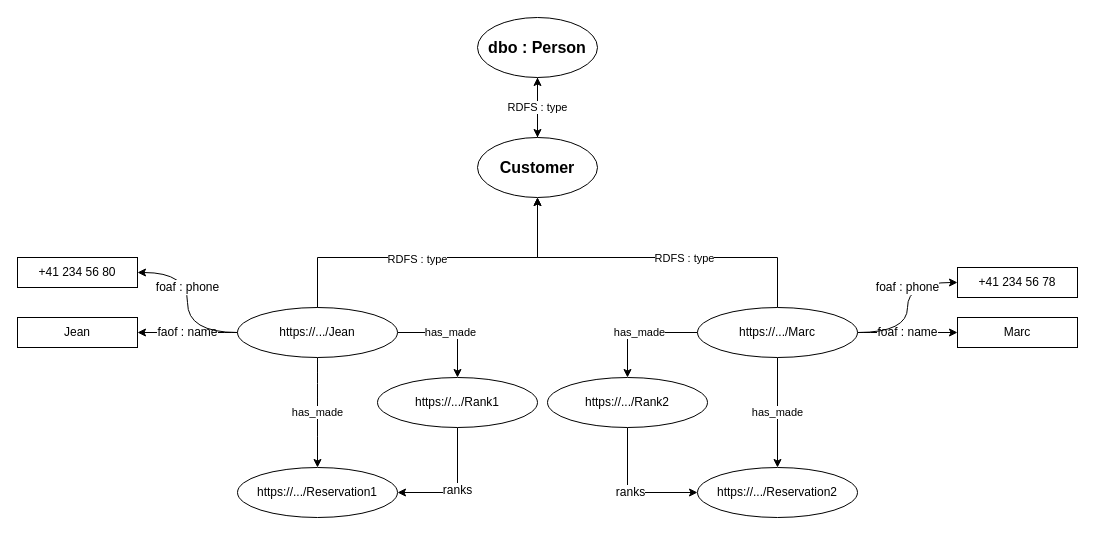
Above: schema/instanceCustomer.dio in CH-KevinDubois/MAS-RAD-4-WEB-Mini-Projet (draw.io), before the change. Source tidied: cells renumbered, new cells numbered last; positions are measured from the earlier drawing's top-left corner, leaving out a move shared by most shapes. Both pictures are drawn from the tidied source at 100%, with x=0, y=0 at pixel (17, 17).
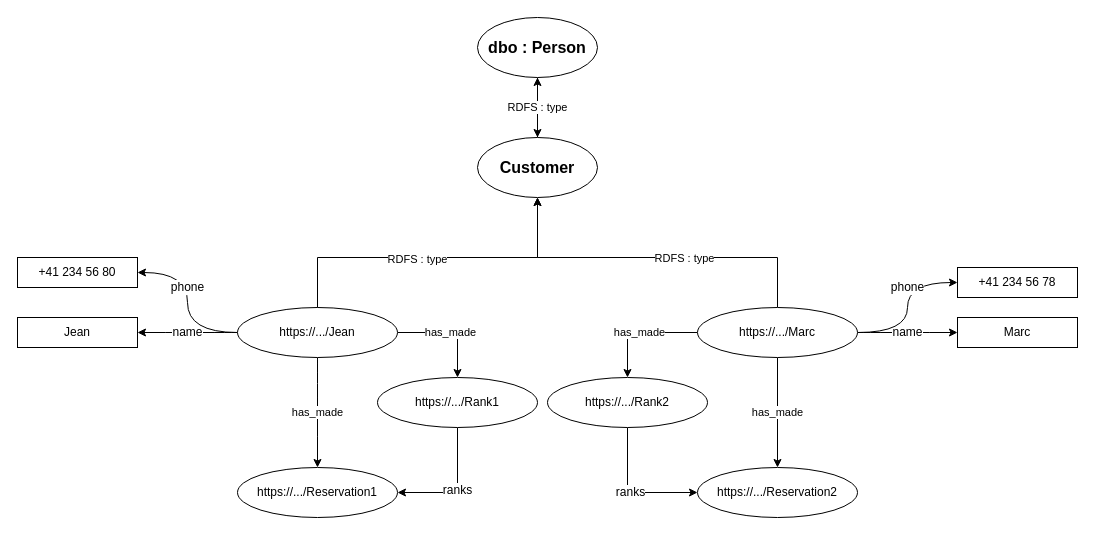
The same diagram, later.

Commit message:
Correction schéma Customer

Unchanged cells that the change refers to:
```xml
<mxCell id="10" value="https://.../Marc" style="ellipse;whiteSpace=wrap;html=1;" parent="1" vertex="1">
  <mxGeometry x="680" y="290" width="160" height="50" as="geometry" />
</mxCell>
<mxCell id="15" value="https://.../Jean" style="ellipse;whiteSpace=wrap;html=1;" parent="1" vertex="1">
  <mxGeometry x="220" y="290" width="160" height="50" as="geometry" />
</mxCell>
<mxCell id="22" value="&lt;span&gt;+41 234 56 78&lt;/span&gt;" style="rounded=0;whiteSpace=wrap;html=1;" parent="1" vertex="1">
  <mxGeometry x="940" y="250" width="120" height="30" as="geometry" />
</mxCell>
<mxCell id="23" value="Marc" style="rounded=0;whiteSpace=wrap;html=1;" parent="1" vertex="1">
  <mxGeometry x="940" y="300" width="120" height="30" as="geometry" />
</mxCell>
<mxCell id="24" value="&lt;span&gt;+41 234 56 80&lt;/span&gt;" style="rounded=0;whiteSpace=wrap;html=1;" parent="1" vertex="1">
  <mxGeometry y="240" width="120" height="30" as="geometry" />
</mxCell>
<mxCell id="25" value="Jean" style="rounded=0;whiteSpace=wrap;html=1;" parent="1" vertex="1">
  <mxGeometry y="300" width="120" height="30" as="geometry" />
</mxCell>
```

What changed in the source:
```diff
@@
-    <mxCell id="8" value="foaf : name" style="edgeStyle=orthogonalEdgeStyle;curved=1;jettySize=auto;html=1;fontSize=12;" parent="1" edge="1" source="10" target="23">
+    <mxCell id="8" value="name" style="edgeStyle=orthogonalEdgeStyle;curved=1;jettySize=auto;html=1;fontSize=12;" parent="1" edge="1" source="10" target="23">
       <mxGeometry relative="1" as="geometry" />
     </mxCell>
-    <mxCell id="9" value="foaf : phone" style="edgeStyle=orthogonalEdgeStyle;curved=1;jettySize=auto;html=1;entryX=0;entryY=0.5;entryDx=0;entryDy=0;fontSize=12;" parent="1" edge="1" source="10" target="22">
+    <mxCell id="9" value="phone" style="edgeStyle=orthogonalEdgeStyle;curved=1;jettySize=auto;html=1;entryX=0;entryY=0.5;entryDx=0;entryDy=0;fontSize=12;" parent="1" edge="1" source="10" target="22">
       <mxGeometry x="0.27" relative="1" as="geometry" />
     </mxCell>
@@
-    <mxCell id="13" value="faof : name" style="edgeStyle=orthogonalEdgeStyle;curved=1;jettySize=auto;html=1;fontSize=12;" parent="1" edge="1" source="15" target="25">
+    <mxCell id="13" value="name" style="edgeStyle=orthogonalEdgeStyle;curved=1;jettySize=auto;html=1;fontSize=12;" parent="1" edge="1" source="15" target="25">
       <mxGeometry relative="1" as="geometry" />
     </mxCell>
-    <mxCell id="14" value="foaf : phone" style="edgeStyle=orthogonalEdgeStyle;curved=1;jettySize=auto;html=1;entryX=1;entryY=0.5;entryDx=0;entryDy=0;fontSize=12;" parent="1" edge="1" source="15" target="24">
+    <mxCell id="14" value="phone" style="edgeStyle=orthogonalEdgeStyle;curved=1;jettySize=auto;html=1;entryX=1;entryY=0.5;entryDx=0;entryDy=0;fontSize=12;" parent="1" edge="1" source="15" target="24">
       <mxGeometry x="0.19" relative="1" as="geometry" />
     </mxCell>
```
